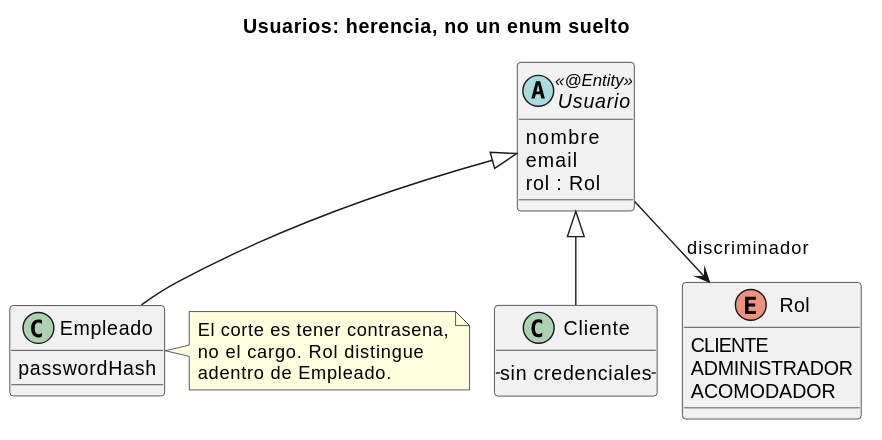
Earlier version of the PlantUML export _other/docs/diagramas/usuarios-herencia.svg (andreiveisuade/cine-uade). Source of this version:
```plantuml
@startuml
title Usuarios: herencia, no un enum suelto

skinparam classAttributeIconSize 0
skinparam nodesep 18
skinparam ranksep 34

abstract class Usuario <<@Entity>> {
  nombre
  email
  rol : Rol
}

class Cliente {
  -- sin credenciales --
}

class Empleado {
  passwordHash
}

enum Rol {
  CLIENTE
  ADMINISTRADOR
  ACOMODADOR
}

Usuario <|-- Cliente
Usuario <|-- Empleado
Usuario --> Rol : discriminador

note right of Empleado
  El corte es tener contrasena,
  no el cargo. Rol distingue
  adentro de Empleado.
end note
@enduml
```
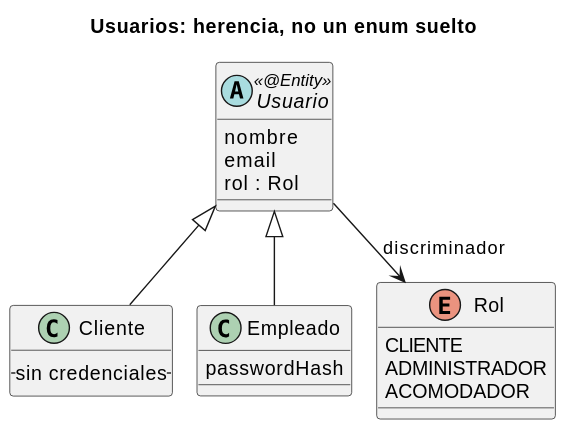
After the commit.

The edit, as a diff of the source:
```diff
@@ -28,10 +28,4 @@
 Usuario <|-- Cliente
 Usuario <|-- Empleado
 Usuario --> Rol : discriminador
-
-note right of Empleado
-  El corte es tener contrasena,
-  no el cargo. Rol distingue
-  adentro de Empleado.
-end note
 @enduml
```
